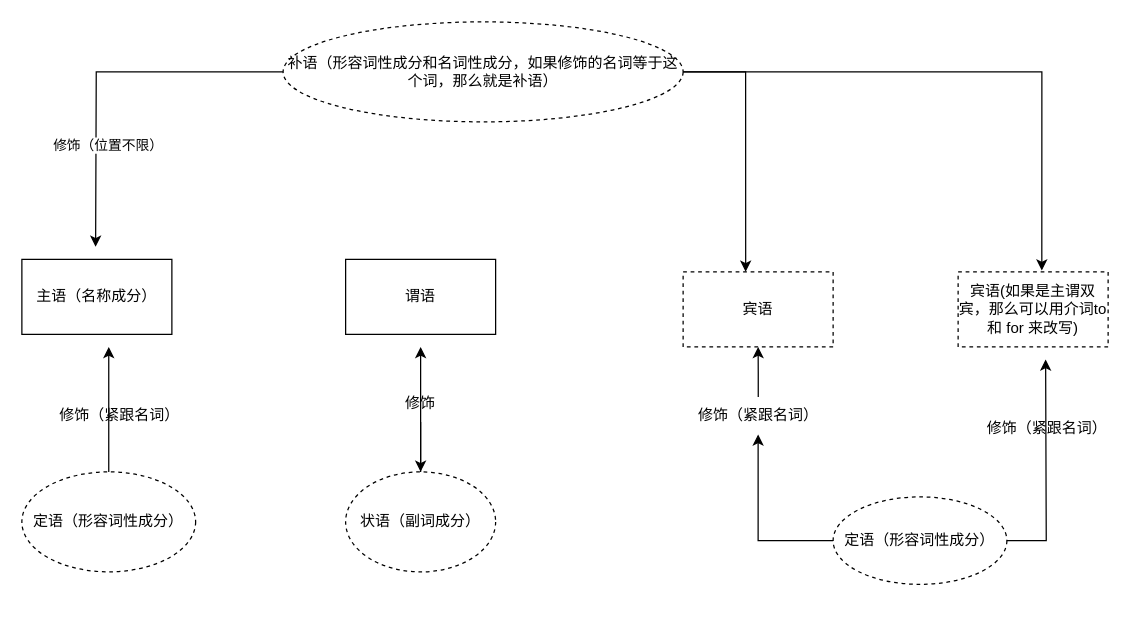
Above: 英语语法体系.drawio in qinpegnsen/drawio_folder (draw.io), before the change. Source tidied: cells renumbered, new cells numbered last; positions are measured from the earlier drawing's top-left corner, leaving out a move shared by most shapes. Both pictures are drawn from the tidied source at 125%, with x=0, y=0 at pixel (21, 21).
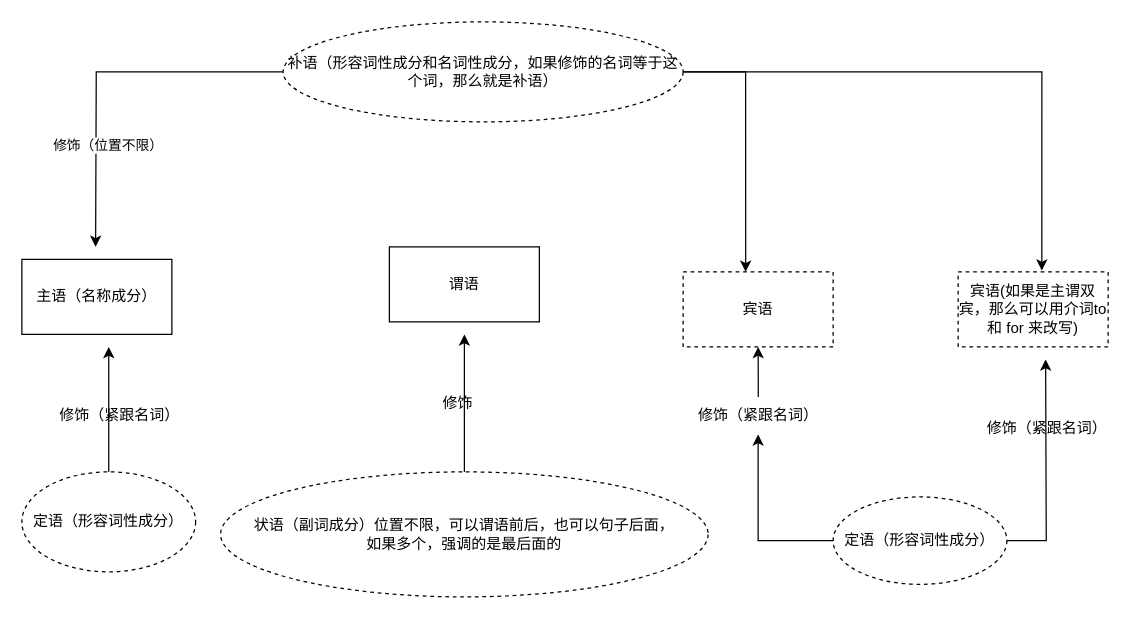
After the change.

Commit message:
更新英语语法体系.drawio

Change to the diagram source:
```diff
@@
     <mxCell id="3" value="谓语" style="rounded=0;whiteSpace=wrap;html=1;" parent="1" vertex="1">
-      <mxGeometry x="259" y="190" width="120" height="60" as="geometry" />
+      <mxGeometry x="294" y="180" width="120" height="60" as="geometry" />
     </mxCell>
@@
-    <mxCell id="7" style="edgeStyle=orthogonalEdgeStyle;rounded=0;jettySize=auto;html=1;" parent="1" edge="1" source="8">
-      <mxGeometry relative="1" as="geometry">
-        <mxPoint x="319" y="260" as="targetPoint" />
-      </mxGeometry>
-    </mxCell>
+    <mxCell id="23" style="edgeStyle=orthogonalEdgeStyle;rounded=0;jettySize=auto;html=1;" parent="1" edge="1" source="8">
+      <mxGeometry relative="1" as="geometry">
+        <mxPoint x="354" y="250" as="targetPoint" />
+      </mxGeometry>
+    </mxCell>
-    <mxCell id="8" value="状语（副词成分）" style="ellipse;whiteSpace=wrap;html=1;dashed=1;" parent="1" vertex="1">
-      <mxGeometry x="259" y="360" width="120" height="80" as="geometry" />
+    <mxCell id="8" value="状语（副词成分）位置不限，可以谓语前后，也可以句子后面，&lt;br&gt;如果多个，强调的是最后面的" style="ellipse;whiteSpace=wrap;html=1;dashed=1;" parent="1" vertex="1">
+      <mxGeometry x="159" y="360" width="390" height="100" as="geometry" />
     </mxCell>
@@
-    <mxCell id="15" style="edgeStyle=orthogonalEdgeStyle;rounded=0;jettySize=auto;html=1;" parent="1" edge="1" source="16" target="8">
-      <mxGeometry relative="1" as="geometry" />
-    </mxCell>
     <mxCell id="16" value="修饰" style="text;strokeColor=none;align=center;fillColor=none;html=1;verticalAlign=middle;whiteSpace=wrap;rounded=0;" parent="1" vertex="1">
-      <mxGeometry x="289" y="290" width="60" height="30" as="geometry" />
+      <mxGeometry x="319" y="290" width="60" height="30" as="geometry" />
     </mxCell>
```
